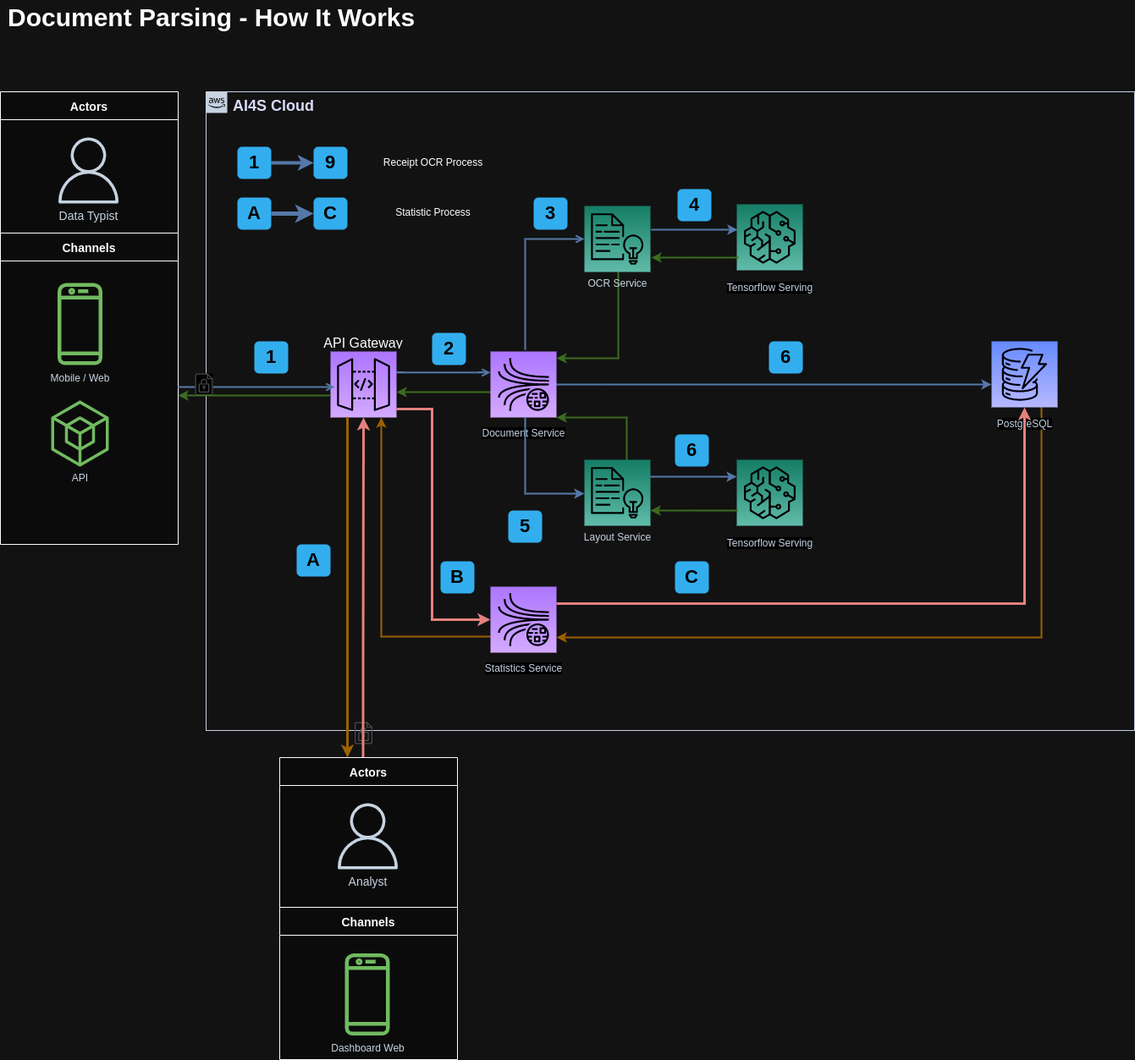
Earlier version of the draw.io export docs/assets/Mainflow.png (truongpl/truongpl.github.io). Source tidied: cells renumbered, new cells last; positions are measured from the earlier drawing's top-left corner, leaving out a move shared by most shapes.
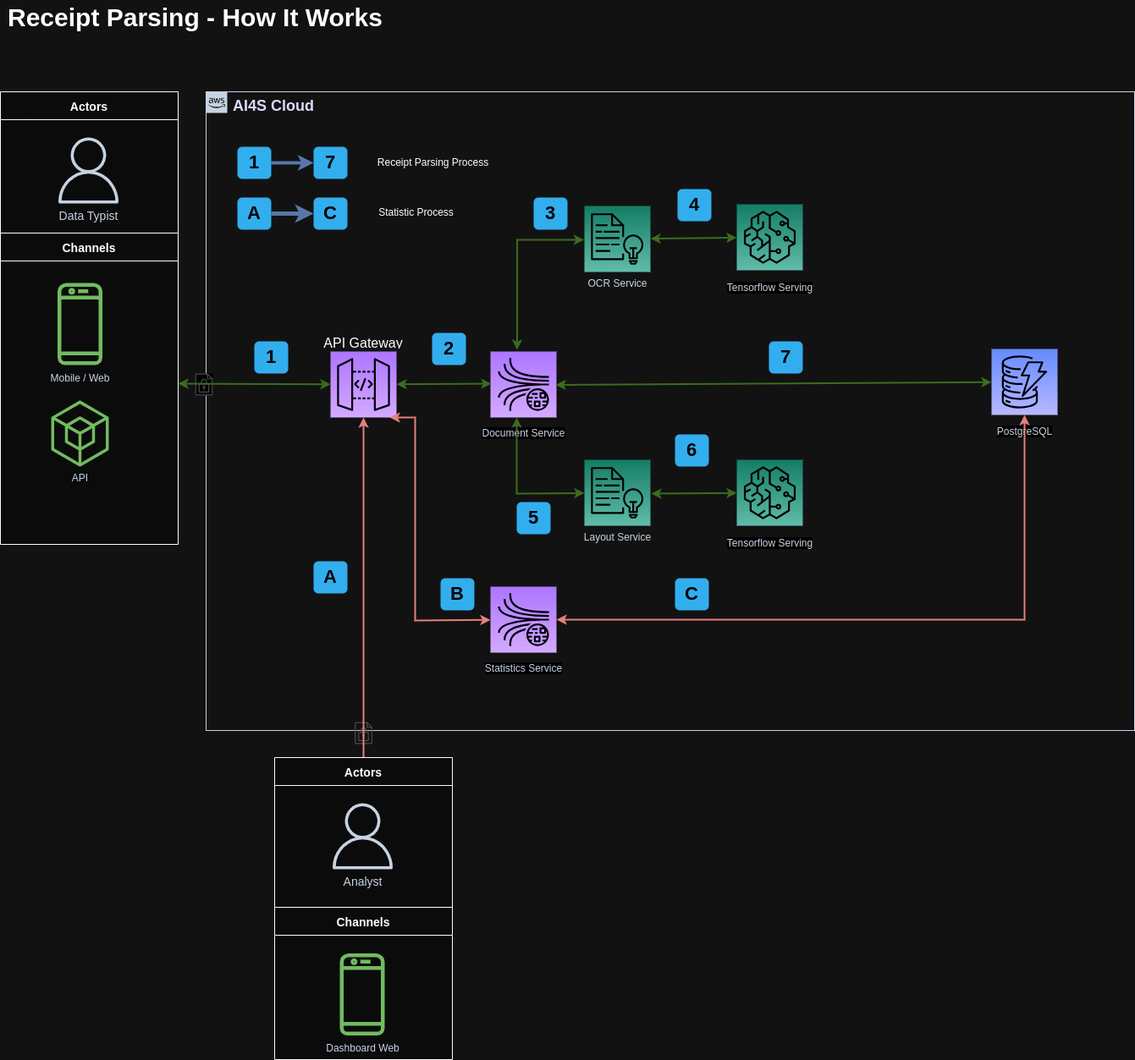
Later version of the same file.

Commit message:
Redraw mainflow

Change to the diagram source:
```diff
@@ -4,4 +4,4 @@
     <mxCell id="1" parent="0" />
-    <mxCell id="2" value="Document Parsing - How It Works" style="text;html=1;align=left;verticalAlign=top;spacingTop=-4;fontSize=30;fontStyle=1;labelBackgroundColor=none;" parent="1" vertex="1">
-      <mxGeometry x="6.5" y="0.5" width="500" height="40" as="geometry" />
+    <mxCell id="2" value="Receipt Parsing - How It Works" style="text;html=1;align=left;verticalAlign=top;spacingTop=-4;fontSize=30;fontStyle=1;labelBackgroundColor=none;" parent="1" vertex="1">
+      <mxGeometry x="6.5" y="0.5" width="470" height="40" as="geometry" />
     </mxCell>
@@ -26,16 +26,9 @@
     <mxCell id="9" value="5" style="rounded=1;whiteSpace=wrap;html=1;fillColor=#007CBD;strokeColor=none;fontColor=#FFFFFF;fontStyle=1;fontSize=22;labelBackgroundColor=none;" parent="8" vertex="1">
-      <mxGeometry x="357" y="495" width="40" height="38" as="geometry" />
+      <mxGeometry x="367" y="485" width="40" height="38" as="geometry" />
     </mxCell>
-    <mxCell id="10" value="6" style="rounded=1;whiteSpace=wrap;html=1;fillColor=#007CBD;strokeColor=none;fontColor=#FFFFFF;fontStyle=1;fontSize=22;labelBackgroundColor=none;" parent="8" vertex="1">
+    <mxCell id="10" value="7" style="rounded=1;whiteSpace=wrap;html=1;fillColor=#007CBD;strokeColor=none;fontColor=#FFFFFF;fontStyle=1;fontSize=22;labelBackgroundColor=none;" parent="8" vertex="1">
       <mxGeometry x="665" y="295" width="40" height="38" as="geometry" />
     </mxCell>
-    <mxCell id="11" style="edgeStyle=orthogonalEdgeStyle;rounded=0;jettySize=auto;html=1;fillColor=#ffe6cc;strokeColor=#d79b00;strokeWidth=2;" parent="8" edge="1" source="12" target="42">
-      <mxGeometry relative="1" as="geometry">
-        <Array as="points">
-          <mxPoint x="987" y="645" />
-        </Array>
-      </mxGeometry>
-    </mxCell>
     <mxCell id="12" value="PostgreSQL" style="outlineConnect=0;fontColor=#232F3E;gradientColor=#4D72F3;gradientDirection=north;fillColor=#3334B9;strokeColor=#ffffff;dashed=0;verticalLabelPosition=bottom;verticalAlign=top;align=center;html=1;fontSize=12;fontStyle=0;shape=mxgraph.aws4.resourceIcon;resIcon=mxgraph.aws4.dynamodb;labelBackgroundColor=#ffffff;spacingTop=6;" parent="8" vertex="1">
-      <mxGeometry x="928" y="295" width="78" height="78" as="geometry" />
+      <mxGeometry x="928" y="304" width="78" height="78" as="geometry" />
     </mxCell>
@@ -44,10 +37,2 @@
     </mxCell>
-    <mxCell id="14" style="edgeStyle=orthogonalEdgeStyle;rounded=0;jettySize=auto;html=1;fillColor=#f8cecc;strokeColor=#b85450;strokeWidth=3;" parent="8" edge="1" source="15" target="42">
-      <mxGeometry relative="1" as="geometry">
-        <Array as="points">
-          <mxPoint x="267" y="375" />
-          <mxPoint x="267" y="624" />
-        </Array>
-      </mxGeometry>
-    </mxCell>
     <mxCell id="15" style="outlineConnect=0;fontColor=#232F3E;gradientColor=#945DF2;gradientDirection=north;fillColor=#5A30B5;strokeColor=#ffffff;dashed=0;verticalLabelPosition=bottom;verticalAlign=top;align=center;html=1;fontSize=12;fontStyle=0;shape=mxgraph.aws4.resourceIcon;resIcon=mxgraph.aws4.api_gateway;labelBackgroundColor=none;" parent="8" vertex="1">
@@ -55,18 +40,2 @@
     </mxCell>
-    <mxCell id="16" style="edgeStyle=orthogonalEdgeStyle;rounded=0;jettySize=auto;html=1;fillColor=#dae8fc;strokeColor=#6c8ebf;strokeWidth=2;" parent="8" edge="1" source="18" target="12">
-      <mxGeometry relative="1" as="geometry">
-        <Array as="points">
-          <mxPoint x="797" y="346" />
-          <mxPoint x="797" y="346" />
-        </Array>
-      </mxGeometry>
-    </mxCell>
-    <mxCell id="17" style="edgeStyle=orthogonalEdgeStyle;rounded=0;jettySize=auto;html=1;fillColor=#d5e8d4;strokeColor=#82b366;strokeWidth=2;" parent="8" edge="1" source="18" target="15">
-      <mxGeometry relative="1" as="geometry">
-        <Array as="points">
-          <mxPoint x="287" y="355" />
-          <mxPoint x="287" y="355" />
-        </Array>
-      </mxGeometry>
-    </mxCell>
     <mxCell id="18" value="Document Service" style="outlineConnect=0;fontColor=#232F3E;gradientColor=#945DF2;gradientDirection=north;fillColor=#5A30B5;strokeColor=#ffffff;dashed=0;verticalLabelPosition=bottom;verticalAlign=top;align=center;html=1;fontSize=12;fontStyle=0;shape=mxgraph.aws4.resourceIcon;resIcon=mxgraph.aws4.kinesis_data_streams;labelBackgroundColor=#ffffff;spacingTop=5;" parent="8" vertex="1">
@@ -74,26 +43,2 @@
     </mxCell>
-    <mxCell id="19" style="edgeStyle=elbowEdgeStyle;rounded=0;orthogonalLoop=1;jettySize=auto;html=1;endArrow=open;endFill=0;strokeColor=#6c8ebf;strokeWidth=2;fontSize=14;fillColor=#dae8fc;" parent="8" edge="1">
-      <mxGeometry relative="1" as="geometry">
-        <mxPoint x="225" y="331.8" as="sourcePoint" />
-        <mxPoint x="336" y="331.8" as="targetPoint" />
-        <Array as="points">
-          <mxPoint x="287" y="331.8" />
-        </Array>
-      </mxGeometry>
-    </mxCell>
-    <mxCell id="20" style="edgeStyle=elbowEdgeStyle;rounded=0;jettySize=auto;html=1;endArrow=open;endFill=0;strokeColor=#6c8ebf;strokeWidth=2;fontSize=14;fillColor=#dae8fc;" parent="8" edge="1" target="35">
-      <mxGeometry relative="1" as="geometry">
-        <mxPoint x="377" y="305" as="sourcePoint" />
-        <Array as="points">
-          <mxPoint x="377" y="296" />
-        </Array>
-      </mxGeometry>
-    </mxCell>
-    <mxCell id="21" style="edgeStyle=orthogonalEdgeStyle;rounded=0;jettySize=auto;html=1;fillColor=#d5e8d4;strokeColor=#82b366;strokeWidth=2;" parent="8" edge="1" source="22" target="18">
-      <mxGeometry relative="1" as="geometry">
-        <Array as="points">
-          <mxPoint x="497" y="385" />
-        </Array>
-      </mxGeometry>
-    </mxCell>
     <mxCell id="22" value="Layout Service" style="outlineConnect=0;fontColor=#232F3E;gradientColor=#4AB29A;gradientDirection=north;fillColor=#116D5B;strokeColor=#ffffff;dashed=0;verticalLabelPosition=bottom;verticalAlign=top;align=center;html=1;fontSize=12;fontStyle=0;shape=mxgraph.aws4.resourceIcon;resIcon=mxgraph.aws4.comprehend;labelBackgroundColor=none;" parent="8" vertex="1">
@@ -101,17 +46,2 @@
     </mxCell>
-    <mxCell id="23" style="edgeStyle=orthogonalEdgeStyle;rounded=0;jettySize=auto;html=1;strokeWidth=2;fillColor=#dae8fc;strokeColor=#6c8ebf;" parent="8" edge="1" source="18" target="22">
-      <mxGeometry relative="1" as="geometry">
-        <Array as="points">
-          <mxPoint x="377" y="475" />
-        </Array>
-      </mxGeometry>
-    </mxCell>
-    <mxCell id="24" style="edgeStyle=orthogonalEdgeStyle;rounded=0;jettySize=auto;html=1;fillColor=#dae8fc;strokeColor=#6c8ebf;strokeWidth=2;" parent="8" edge="1" source="22">
-      <mxGeometry relative="1" as="geometry">
-        <mxPoint x="627" y="455" as="targetPoint" />
-        <Array as="points">
-          <mxPoint x="627" y="455" />
-        </Array>
-      </mxGeometry>
-    </mxCell>
     <mxCell id="25" value="Tensorflow Serving" style="outlineConnect=0;fontColor=#232F3E;gradientColor=#4AB29A;gradientDirection=north;fillColor=#116D5B;strokeColor=#ffffff;dashed=0;verticalLabelPosition=bottom;verticalAlign=top;align=center;html=1;fontSize=12;fontStyle=0;shape=mxgraph.aws4.resourceIcon;resIcon=mxgraph.aws4.sagemaker;labelBackgroundColor=#ffffff;spacingTop=7;" parent="8" vertex="1">
@@ -122,11 +52,2 @@
     </mxCell>
-    <mxCell id="27" style="edgeStyle=elbowEdgeStyle;rounded=0;jettySize=auto;html=1;endArrow=open;endFill=0;strokeColor=#6c8ebf;strokeWidth=2;fontSize=14;exitX=1;exitY=0.5;exitDx=0;exitDy=0;fillColor=#dae8fc;entryX=0.064;entryY=0.538;entryDx=0;entryDy=0;entryPerimeter=0;" parent="8" edge="1" target="15">
-      <mxGeometry relative="1" as="geometry">
-        <mxPoint x="-33" y="349" as="sourcePoint" />
-        <Array as="points">
-          <mxPoint x="107" y="343" />
-          <mxPoint x="27" y="353" />
-        </Array>
-      </mxGeometry>
-    </mxCell>
     <mxCell id="28" value="3" style="rounded=1;whiteSpace=wrap;html=1;fillColor=#007CBD;strokeColor=none;fontColor=#FFFFFF;fontStyle=1;fontSize=22;labelBackgroundColor=none;" parent="8" vertex="1">
@@ -149,9 +70,2 @@
     </mxCell>
-    <mxCell id="34" style="edgeStyle=orthogonalEdgeStyle;rounded=0;jettySize=auto;html=1;fillColor=#d5e8d4;strokeColor=#82b366;strokeWidth=2;" parent="8" edge="1" source="35" target="18">
-      <mxGeometry relative="1" as="geometry">
-        <Array as="points">
-          <mxPoint x="487" y="315" />
-        </Array>
-      </mxGeometry>
-    </mxCell>
     <mxCell id="35" value="OCR Service" style="outlineConnect=0;fontColor=#232F3E;gradientColor=#4AB29A;gradientDirection=north;fillColor=#116D5B;strokeColor=#ffffff;dashed=0;verticalLabelPosition=bottom;verticalAlign=top;align=center;html=1;fontSize=12;fontStyle=0;shape=mxgraph.aws4.resourceIcon;resIcon=mxgraph.aws4.comprehend;labelBackgroundColor=none;" parent="8" vertex="1">
@@ -159,11 +73,2 @@
     </mxCell>
-    <mxCell id="36" style="edgeStyle=orthogonalEdgeStyle;rounded=0;orthogonalLoop=1;jettySize=auto;html=1;fillColor=#d5e8d4;strokeColor=#82b366;strokeWidth=2;exitX=0;exitY=0.75;exitDx=0;exitDy=0;exitPerimeter=0;" parent="8" edge="1">
-      <mxGeometry relative="1" as="geometry">
-        <mxPoint x="627" y="493.5" as="sourcePoint" />
-        <mxPoint x="525" y="495" as="targetPoint" />
-        <Array as="points">
-          <mxPoint x="627" y="495" />
-        </Array>
-      </mxGeometry>
-    </mxCell>
     <mxCell id="37" value="Tensorflow Serving" style="outlineConnect=0;fontColor=#232F3E;gradientColor=#4AB29A;gradientDirection=north;fillColor=#116D5B;strokeColor=#ffffff;dashed=0;verticalLabelPosition=bottom;verticalAlign=top;align=center;html=1;fontSize=12;fontStyle=0;shape=mxgraph.aws4.resourceIcon;resIcon=mxgraph.aws4.sagemaker;labelBackgroundColor=#ffffff;spacingTop=7;" parent="8" vertex="1">
@@ -171,35 +76,2 @@
     </mxCell>
-    <mxCell id="38" style="edgeStyle=orthogonalEdgeStyle;rounded=0;orthogonalLoop=1;jettySize=auto;html=1;fillColor=#dae8fc;strokeColor=#6c8ebf;strokeWidth=2;" parent="8" edge="1">
-      <mxGeometry relative="1" as="geometry">
-        <mxPoint x="526" y="163" as="sourcePoint" />
-        <mxPoint x="628" y="163" as="targetPoint" />
-        <Array as="points">
-          <mxPoint x="628" y="163" />
-        </Array>
-      </mxGeometry>
-    </mxCell>
-    <mxCell id="39" style="edgeStyle=orthogonalEdgeStyle;rounded=0;orthogonalLoop=1;jettySize=auto;html=1;fillColor=#d5e8d4;strokeColor=#82b366;strokeWidth=2;exitX=0;exitY=0.75;exitDx=0;exitDy=0;exitPerimeter=0;" parent="8" edge="1">
-      <mxGeometry relative="1" as="geometry">
-        <mxPoint x="628" y="195" as="sourcePoint" />
-        <mxPoint x="526" y="196" as="targetPoint" />
-        <Array as="points">
-          <mxPoint x="628" y="196" />
-        </Array>
-      </mxGeometry>
-    </mxCell>
-    <mxCell id="40" style="edgeStyle=orthogonalEdgeStyle;rounded=0;jettySize=auto;html=1;fillColor=#f8cecc;strokeColor=#b85450;strokeWidth=3;" parent="8" edge="1" source="42" target="12">
-      <mxGeometry relative="1" as="geometry">
-        <Array as="points">
-          <mxPoint x="967" y="605" />
-        </Array>
-      </mxGeometry>
-    </mxCell>
-    <mxCell id="41" style="edgeStyle=orthogonalEdgeStyle;rounded=0;jettySize=auto;html=1;fillColor=#ffe6cc;strokeColor=#d79b00;strokeWidth=2;" parent="8" edge="1" target="15">
-      <mxGeometry relative="1" as="geometry">
-        <mxPoint x="336" y="644.1" as="sourcePoint" />
-        <Array as="points">
-          <mxPoint x="207" y="644" />
-        </Array>
-      </mxGeometry>
-    </mxCell>
     <mxCell id="42" value="Statistics Service" style="outlineConnect=0;fontColor=#232F3E;gradientColor=#945DF2;gradientDirection=north;fillColor=#5A30B5;strokeColor=#ffffff;dashed=0;verticalLabelPosition=bottom;verticalAlign=top;align=center;html=1;fontSize=12;fontStyle=0;shape=mxgraph.aws4.resourceIcon;resIcon=mxgraph.aws4.kinesis_data_streams;labelBackgroundColor=#ffffff;spacingTop=5;" parent="8" vertex="1">
@@ -211,6 +83,6 @@
     <mxCell id="44" value="A" style="rounded=1;whiteSpace=wrap;html=1;fillColor=#007CBD;strokeColor=none;fontColor=#FFFFFF;fontStyle=1;fontSize=22;labelBackgroundColor=none;" parent="8" vertex="1">
-      <mxGeometry x="107" y="535" width="40" height="38" as="geometry" />
+      <mxGeometry x="127" y="555" width="40" height="38" as="geometry" />
     </mxCell>
     <mxCell id="45" value="B" style="rounded=1;whiteSpace=wrap;html=1;fillColor=#007CBD;strokeColor=none;fontColor=#FFFFFF;fontStyle=1;fontSize=22;labelBackgroundColor=none;" parent="8" vertex="1">
-      <mxGeometry x="277" y="555" width="40" height="38" as="geometry" />
+      <mxGeometry x="277" y="575" width="40" height="38" as="geometry" />
     </mxCell>
@@ -222,12 +94,2 @@
     </mxCell>
-    <mxCell id="48" style="edgeStyle=orthogonalEdgeStyle;rounded=0;orthogonalLoop=1;jettySize=auto;html=1;fillColor=#d5e8d4;strokeColor=#82b366;strokeWidth=2;" parent="8" edge="1">
-      <mxGeometry relative="1" as="geometry">
-        <mxPoint x="147" y="359" as="sourcePoint" />
-        <mxPoint x="-33" y="359" as="targetPoint" />
-        <Array as="points">
-          <mxPoint x="98" y="359" />
-          <mxPoint x="98" y="359" />
-        </Array>
-      </mxGeometry>
-    </mxCell>
     <object id="49" label="&lt;font style=&quot;font-size: 16px;&quot;&gt;API Gateway&lt;/font&gt;" name="Variable" placeholders="1">
@@ -237,3 +99,3 @@
     </object>
-    <mxCell id="50" value="9" style="rounded=1;whiteSpace=wrap;html=1;fillColor=#007CBD;strokeColor=none;fontColor=#FFFFFF;fontStyle=1;fontSize=22;labelBackgroundColor=none;" parent="8" vertex="1">
+    <mxCell id="50" value="7" style="rounded=1;whiteSpace=wrap;html=1;fillColor=#007CBD;strokeColor=none;fontColor=#FFFFFF;fontStyle=1;fontSize=22;labelBackgroundColor=none;" parent="8" vertex="1">
       <mxGeometry x="127" y="65" width="40" height="38" as="geometry" />
@@ -241,3 +103,3 @@
     <mxCell id="51" value="C" style="rounded=1;whiteSpace=wrap;html=1;fillColor=#007CBD;strokeColor=none;fontColor=#FFFFFF;fontStyle=1;fontSize=22;labelBackgroundColor=none;" parent="8" vertex="1">
-      <mxGeometry x="554" y="555" width="40" height="38" as="geometry" />
+      <mxGeometry x="554" y="575" width="40" height="38" as="geometry" />
     </mxCell>
@@ -252,3 +114,3 @@
     </mxCell>
-    <object id="55" label="Receipt OCR Process" name="Variable" placeholders="1">
+    <object id="55" label="Receipt Parsing Process" name="Variable" placeholders="1">
       <mxCell style="text;html=1;strokeColor=none;fillColor=none;align=center;verticalAlign=middle;whiteSpace=wrap;overflow=hidden;" parent="8" vertex="1">
@@ -259,10 +121,66 @@
       <mxCell style="text;html=1;strokeColor=none;fillColor=none;align=center;verticalAlign=middle;whiteSpace=wrap;overflow=hidden;" parent="8" vertex="1">
-        <mxGeometry x="187" y="133" width="163" height="20" as="geometry" />
+        <mxGeometry x="167" y="133" width="163" height="20" as="geometry" />
       </mxCell>
     </object>
-    <mxCell id="57" style="edgeStyle=orthogonalEdgeStyle;rounded=0;jettySize=auto;html=1;exitX=0.469;exitY=0.006;exitDx=0;exitDy=0;exitPerimeter=0;fillColor=#f8cecc;strokeColor=#b85450;strokeWidth=3;" parent="1" edge="1" source="58" target="15">
-      <mxGeometry relative="1" as="geometry" />
-    </mxCell>
+    <mxCell id="40" style="endArrow=classic;startArrow=classic;html=1;rounded=0;fillColor=#f8cecc;strokeColor=#b85450;strokeWidth=2;" parent="8" edge="1" source="42" target="12">
+      <mxGeometry relative="1" as="geometry">
+        <Array as="points">
+          <mxPoint x="967" y="624" />
+        </Array>
+      </mxGeometry>
+    </mxCell>
+    <mxCell id="14" style="endArrow=classic;startArrow=classic;html=1;rounded=0;fillColor=#f8cecc;strokeColor=#b85450;strokeWidth=2;" parent="8" edge="1" source="15" target="42">
+      <mxGeometry relative="1" as="geometry">
+        <Array as="points">
+          <mxPoint x="217" y="385" />
+          <mxPoint x="247" y="385" />
+          <mxPoint x="247" y="505" />
+          <mxPoint x="247" y="625" />
+        </Array>
+      </mxGeometry>
+    </mxCell>
+    <mxCell id="63" style="endArrow=classic;startArrow=classic;html=1;rounded=0;fillColor=#d5e8d4;strokeColor=#82b366;strokeWidth=2;" parent="8" edge="1" target="15">
+      <mxGeometry relative="1" as="geometry">
+        <mxPoint x="-33" y="345" as="sourcePoint" />
+      </mxGeometry>
+    </mxCell>
+    <mxCell id="64" style="endArrow=classic;startArrow=classic;html=1;rounded=0;fillColor=#d5e8d4;strokeColor=#82b366;strokeWidth=2;" parent="8" edge="1" source="15">
+      <mxGeometry relative="1" as="geometry">
+        <mxPoint x="337" y="345" as="targetPoint" />
+      </mxGeometry>
+    </mxCell>
+    <mxCell id="65" style="endArrow=classic;startArrow=classic;html=1;rounded=0;entryX=-0.013;entryY=0.641;entryDx=0;entryDy=0;entryPerimeter=0;fillColor=#d5e8d4;strokeColor=#82b366;strokeWidth=2;" parent="8" edge="1">
+      <mxGeometry relative="1" as="geometry">
+        <mxPoint x="367.5" y="305" as="sourcePoint" />
+        <mxPoint x="446.5" y="175" as="targetPoint" />
+        <Array as="points">
+          <mxPoint x="367.5" y="175" />
+        </Array>
+      </mxGeometry>
+    </mxCell>
+    <mxCell id="66" style="endArrow=classic;startArrow=classic;html=1;rounded=0;fillColor=#d5e8d4;strokeColor=#82b366;strokeWidth=2;" parent="8" edge="1" source="35" target="37">
+      <mxGeometry relative="1" as="geometry" />
+    </mxCell>
+    <mxCell id="67" style="endArrow=classic;startArrow=classic;html=1;rounded=0;fillColor=#d5e8d4;strokeColor=#82b366;strokeWidth=2;" parent="8" edge="1" source="22">
+      <mxGeometry relative="1" as="geometry">
+        <mxPoint x="367" y="385" as="targetPoint" />
+        <Array as="points">
+          <mxPoint x="367" y="475" />
+          <mxPoint x="367" y="455" />
+          <mxPoint x="367" y="425" />
+        </Array>
+      </mxGeometry>
+    </mxCell>
+    <mxCell id="68" style="endArrow=classic;startArrow=classic;html=1;rounded=0;fillColor=#d5e8d4;strokeColor=#82b366;strokeWidth=2;" parent="8" edge="1" target="25">
+      <mxGeometry relative="1" as="geometry">
+        <mxPoint x="526" y="475" as="sourcePoint" />
+      </mxGeometry>
+    </mxCell>
+    <mxCell id="69" style="endArrow=classic;startArrow=classic;html=1;rounded=0;strokeWidth=2;fillColor=#d5e8d4;strokeColor=#82b366;" parent="8" edge="1" target="12">
+      <mxGeometry relative="1" as="geometry">
+        <mxPoint x="413" y="346.5" as="sourcePoint" />
+      </mxGeometry>
+    </mxCell>
     <mxCell id="58" value="Channels" style="swimlane;fontSize=14;align=center;swimlaneFillColor=#f4f4f4;fillColor=#f4f4f4;startSize=33;" parent="1" vertex="1">
-      <mxGeometry x="330" y="1073" width="210" height="180" as="geometry" />
+      <mxGeometry x="324" y="1073" width="210" height="180" as="geometry" />
     </mxCell>
@@ -271,4 +189,11 @@
     </mxCell>
+    <mxCell id="70" style="edgeStyle=orthogonalEdgeStyle;rounded=0;jettySize=auto;html=1;exitX=0.5;exitY=0;exitDx=0;exitDy=0;fillColor=#f8cecc;strokeColor=#b85450;strokeWidth=2;" parent="1" edge="1" source="60" target="15">
+      <mxGeometry relative="1" as="geometry">
+        <Array as="points">
+          <mxPoint x="429" y="896" />
+        </Array>
+      </mxGeometry>
+    </mxCell>
     <mxCell id="60" value="Actors" style="swimlane;fontSize=14;align=center;swimlaneFillColor=#f4f4f4;fillColor=#f4f4f4;startSize=33;" parent="1" vertex="1">
-      <mxGeometry x="330" y="896" width="210" height="177" as="geometry" />
+      <mxGeometry x="324" y="896" width="210" height="177" as="geometry" />
     </mxCell>
@@ -277,10 +202,2 @@
     </mxCell>
-    <mxCell id="62" style="edgeStyle=orthogonalEdgeStyle;rounded=0;jettySize=auto;html=1;fillColor=#ffe6cc;strokeColor=#d79b00;strokeWidth=3;" parent="1" edge="1" source="15" target="60">
-      <mxGeometry relative="1" as="geometry">
-        <Array as="points">
-          <mxPoint x="410" y="734" />
-          <mxPoint x="410" y="734" />
-        </Array>
-      </mxGeometry>
-    </mxCell>
   </root>
```
